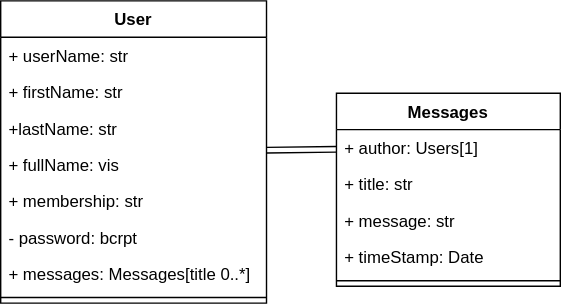
DanishKodeMonkey/coffee-lovers-club-postgresql keeps this draw.io diagram as public/diagrams/dbAssociation.drawio.svg. Above is the earlier version. Source tidied: cells renumbered, new cells last; positions are measured from the earlier drawing's top-left corner, leaving out a move shared by most shapes.
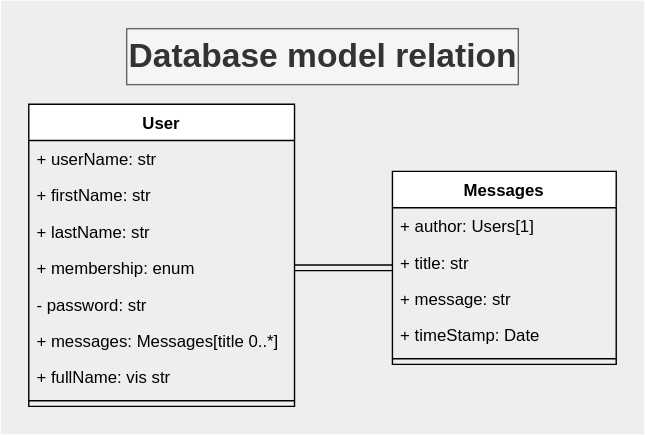
Above is the later version.

Commit message:
fix: title and background to diagram

The edit, as a diff of the source:
```diff
@@ -2,6 +2,9 @@
   <root>
     <mxCell id="0" />
     <mxCell id="1" parent="0" />
+    <mxCell id="18" style="shape=rect;fillColor=#eeeeee;strokeColor=none;" parent="1" vertex="1">
+      <mxGeometry x="-20" y="-74" width="460" height="310" as="geometry" />
+    </mxCell>
     <mxCell id="2" value="User" style="swimlane;fontStyle=1;align=center;verticalAlign=top;horizontal=1;startSize=26;" parent="1" vertex="1">
       <mxGeometry width="190" height="216" as="geometry" />
     </mxCell>
@@ -11,26 +14,26 @@
     <mxCell id="4" value="+ firstName: str" style="text;strokeColor=none;fillColor=none;align=left;verticalAlign=top;spacingLeft=4;spacingRight=4;overflow=hidden;" parent="2" vertex="1">
       <mxGeometry y="52" width="190" height="26" as="geometry" />
     </mxCell>
-    <mxCell id="5" value="+lastName: str" style="text;strokeColor=none;fillColor=none;align=left;verticalAlign=top;spacingLeft=4;spacingRight=4;overflow=hidden;" parent="2" vertex="1">
+    <mxCell id="5" value="+ lastName: str" style="text;strokeColor=none;fillColor=none;align=left;verticalAlign=top;spacingLeft=4;spacingRight=4;overflow=hidden;" parent="2" vertex="1">
       <mxGeometry y="78" width="190" height="26" as="geometry" />
     </mxCell>
-    <mxCell id="6" value="+ fullName: vis" style="text;strokeColor=none;fillColor=none;align=left;verticalAlign=top;spacingLeft=4;spacingRight=4;overflow=hidden;" parent="2" vertex="1">
-      <mxGeometry y="104" width="190" height="26" as="geometry" />
-    </mxCell>
-    <mxCell id="7" value="+ membership: str" style="text;strokeColor=none;fillColor=none;align=left;verticalAlign=top;spacingLeft=4;spacingRight=4;overflow=hidden;points=[[0,0.5],[1,0.5]];portConstraint=eastwest;" parent="2" vertex="1">
-      <mxGeometry y="130" width="190" height="26" as="geometry" />
+    <mxCell id="7" value="+ membership: enum" style="text;strokeColor=none;fillColor=none;align=left;verticalAlign=top;spacingLeft=4;spacingRight=4;overflow=hidden;points=[[0,0.5],[1,0.5]];portConstraint=eastwest;" parent="2" vertex="1">
+      <mxGeometry y="104" width="190" height="26" as="geometry" />
     </mxCell>
-    <mxCell id="8" value="- password: bcrpt" style="text;strokeColor=none;fillColor=none;align=left;verticalAlign=top;spacingLeft=4;spacingRight=4;overflow=hidden;" parent="2" vertex="1">
-      <mxGeometry y="156" width="190" height="26" as="geometry" />
+    <mxCell id="8" value="- password: str " style="text;strokeColor=none;fillColor=none;align=left;verticalAlign=top;spacingLeft=4;spacingRight=4;overflow=hidden;" parent="2" vertex="1">
+      <mxGeometry y="130" width="190" height="26" as="geometry" />
     </mxCell>
     <mxCell id="9" value="+ messages: Messages[title 0..*]" style="text;strokeColor=none;fillColor=none;align=left;verticalAlign=top;spacingLeft=4;spacingRight=4;overflow=hidden;" parent="2" vertex="1">
-      <mxGeometry y="182" width="190" height="26" as="geometry" />
+      <mxGeometry y="156" width="190" height="26" as="geometry" />
     </mxCell>
+    <mxCell id="6" value="+ fullName: vis str" style="text;strokeColor=none;fillColor=none;align=left;verticalAlign=top;spacingLeft=4;spacingRight=4;overflow=hidden;" parent="2" vertex="1">
+      <mxGeometry y="182" width="190" height="26" as="geometry" />
+    </mxCell>
     <mxCell id="10" style="line;strokeWidth=1;fillColor=none;align=left;verticalAlign=middle;spacingTop=-1;spacingLeft=3;spacingRight=3;labelPosition=right;strokeColor=inherit;" parent="2" vertex="1">
       <mxGeometry y="208" width="190" height="8" as="geometry" />
     </mxCell>
     <mxCell id="11" value="Messages" style="swimlane;fontStyle=1;align=center;verticalAlign=top;horizontal=1;startSize=26;" parent="1" vertex="1">
-      <mxGeometry x="240" y="66" width="160" height="138" as="geometry" />
+      <mxGeometry x="260" y="48" width="160" height="138" as="geometry" />
     </mxCell>
     <mxCell id="12" value="+ author: Users[1]" style="text;strokeColor=none;fillColor=none;align=left;verticalAlign=top;spacingLeft=4;spacingRight=4;overflow=hidden;points=[[0,0.5],[1,0.5]];portConstraint=eastwest;" parent="11" vertex="1">
       <mxGeometry y="26" width="160" height="26" as="geometry" />
@@ -47,8 +50,11 @@
     <mxCell id="16" style="line;strokeWidth=1;fillColor=none;align=left;verticalAlign=middle;spacingTop=-1;spacingLeft=3;spacingRight=3;labelPosition=right;strokeColor=inherit;" parent="11" vertex="1">
       <mxGeometry y="130" width="160" height="8" as="geometry" />
     </mxCell>
-    <mxCell id="17" style="edgeStyle=none;html=1;shape=link;" parent="1" edge="1" source="12" target="2">
+    <mxCell id="17" style="edgeStyle=none;html=1;shape=link;entryX=1;entryY=0.5;entryDx=0;entryDy=0;" parent="1" edge="1" source="11" target="7">
       <mxGeometry relative="1" as="geometry" />
     </mxCell>
+    <mxCell id="19" value="Database model relation" style="text;strokeColor=#666666;fillColor=#f5f5f5;html=1;fontSize=24;fontStyle=1;verticalAlign=middle;align=center;fontColor=#333333;" parent="1" vertex="1">
+      <mxGeometry x="70" y="-54" width="280" height="40" as="geometry" />
+    </mxCell>
   </root>
 </mxGraphModel>
```
